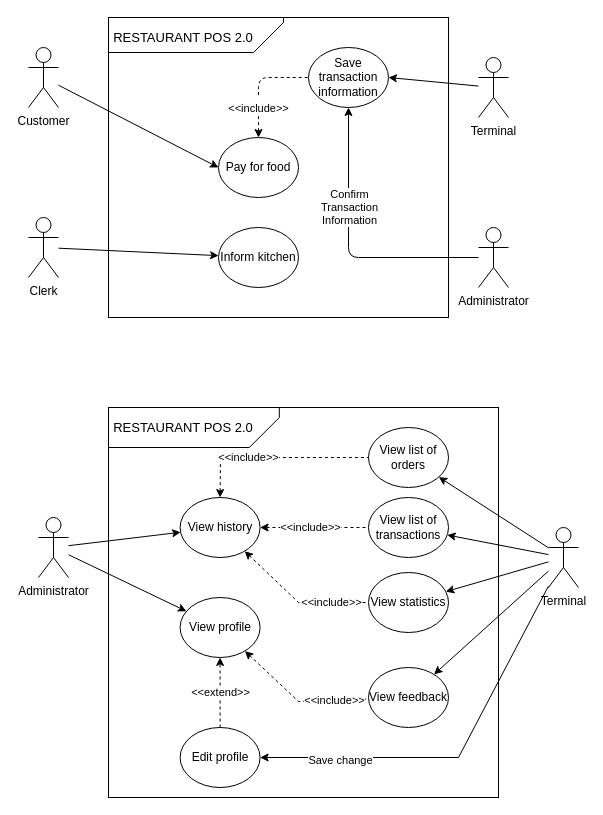
xdtn7/os_systemcall keeps this draw.io diagram as Untitled Diagram.drawio. Above is the earlier version. Source tidied: cells renumbered, new cells numbered last; positions are measured from the earlier drawing's top-left corner, leaving out a move shared by most shapes. Both pictures are drawn from the tidied source at 100%, with x=0, y=0 at pixel (28, -53).
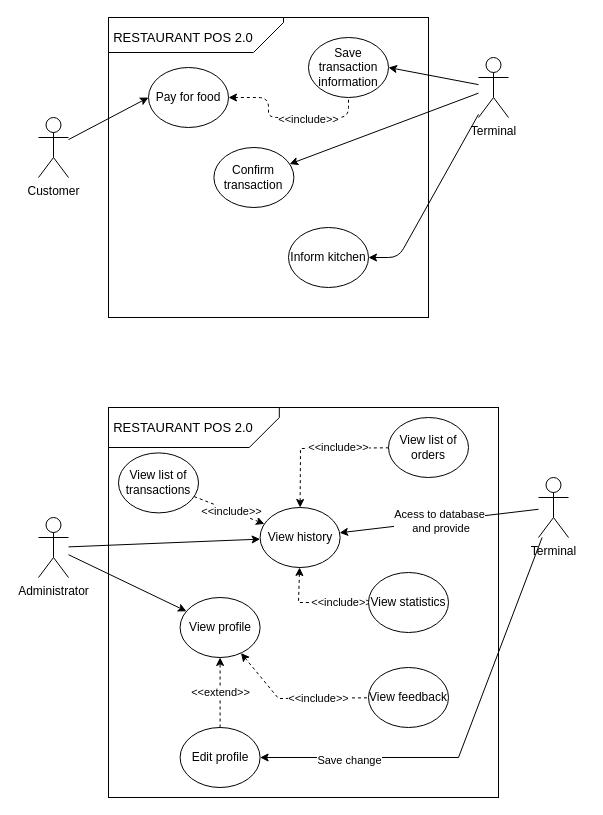
Above is the later version.

The change refers to these unchanged cells:
```xml
<mxCell id="28" value="View profile" style="ellipse;whiteSpace=wrap;html=1;" parent="1" vertex="1">
  <mxGeometry x="151.6" y="650" width="80" height="60" as="geometry" />
</mxCell>
<mxCell id="29" value="View feedback" style="ellipse;whiteSpace=wrap;html=1;" parent="1" vertex="1">
  <mxGeometry x="340" y="720" width="80" height="60" as="geometry" />
</mxCell>
<mxCell id="35" value="Terminal" style="shape=umlActor;verticalLabelPosition=bottom;verticalAlign=top;html=1;outlineConnect=0;" parent="1" vertex="1">
  <mxGeometry x="450" y="110" width="30" height="60" as="geometry" />
</mxCell>
<mxCell id="36" value="View statistics" style="ellipse;whiteSpace=wrap;html=1;" parent="1" vertex="1">
  <mxGeometry x="340" y="625" width="80" height="60" as="geometry" />
</mxCell>
```

What changed in the source:
```diff
@@
     <mxCell id="2" style="rounded=0;whiteSpace=wrap;html=1;" parent="1" vertex="1">
-      <mxGeometry x="80" y="70" width="340" height="300" as="geometry" />
+      <mxGeometry x="80" y="70" width="320" height="300" as="geometry" />
     </mxCell>
@@
     <mxCell id="4" value="Customer" style="shape=umlActor;verticalLabelPosition=bottom;verticalAlign=top;html=1;outlineConnect=0;" parent="1" vertex="1">
-      <mxGeometry y="100" width="30" height="60" as="geometry" />
+      <mxGeometry x="10" y="170" width="30" height="60" as="geometry" />
     </mxCell>
-    <mxCell id="5" value="&lt;font style=&quot;font-size: 11px&quot;&gt;&amp;lt;&amp;lt;include&amp;gt;&amp;gt;&lt;/font&gt;" style="edgeStyle=orthogonalEdgeStyle;rounded=1;jettySize=auto;html=1;exitX=0.5;exitY=0;exitDx=0;exitDy=0;entryX=0;entryY=0.5;entryDx=0;entryDy=0;fontSize=16;dashed=1;startArrow=classic;startFill=1;endArrow=none;endFill=0;" parent="1" edge="1" source="6" target="11">
-      <mxGeometry x="-0.43" relative="1" as="geometry" />
+    <mxCell id="5" value="&lt;font style=&quot;font-size: 11px&quot;&gt;&amp;lt;&amp;lt;include&amp;gt;&amp;gt;&lt;/font&gt;" style="edgeStyle=orthogonalEdgeStyle;rounded=1;jettySize=auto;html=1;entryX=0.5;entryY=1;entryDx=0;entryDy=0;fontSize=16;dashed=1;startArrow=classic;startFill=1;endArrow=none;endFill=0;" parent="1" edge="1" source="6" target="11">
+      <mxGeometry x="0.25" relative="1" as="geometry" />
     </mxCell>
     <mxCell id="6" value="Pay for food" style="ellipse;whiteSpace=wrap;html=1;" parent="1" vertex="1">
-      <mxGeometry x="190" y="190" width="80" height="60" as="geometry" />
+      <mxGeometry x="120" y="120" width="80" height="60" as="geometry" />
     </mxCell>
-    <mxCell id="7" style="rounded=1;jettySize=auto;html=1;entryX=0.5;entryY=1;entryDx=0;entryDy=0;edgeStyle=elbowEdgeStyle;" parent="1" edge="1" source="10" target="11">
-      <mxGeometry relative="1" as="geometry">
-        <Array as="points">
-          <mxPoint x="320" y="240" />
-        </Array>
-      </mxGeometry>
-    </mxCell>
-    <mxCell id="8" value="Confirm&lt;br&gt;Transaction&lt;br&gt;Information" style="edgeLabel;html=1;align=center;verticalAlign=middle;" parent="7" vertex="1">
-      <mxGeometry x="0.3" y="-1" relative="1" as="geometry">
-        <mxPoint x="-1" y="1" as="offset" />
-      </mxGeometry>
-    </mxCell>
-    <mxCell id="9" style="edgeStyle=none;rounded=1;jettySize=auto;html=1;fontSize=16;" parent="1" edge="1" source="19" target="13">
-      <mxGeometry relative="1" as="geometry" />
+    <mxCell id="9" style="edgeStyle=none;rounded=1;jettySize=auto;html=1;fontSize=16;" parent="1" edge="1" source="35" target="13">
+      <mxGeometry relative="1" as="geometry">
+        <Array as="points">
+          <mxPoint x="370" y="310" />
+        </Array>
+      </mxGeometry>
     </mxCell>
-    <mxCell id="10" value="Administrator" style="shape=umlActor;verticalLabelPosition=bottom;verticalAlign=top;html=1;outlineConnect=0;" parent="1" vertex="1">
-      <mxGeometry x="450" y="280" width="30" height="60" as="geometry" />
-    </mxCell>
     <mxCell id="11" value="Save transaction information" style="ellipse;whiteSpace=wrap;html=1;" parent="1" vertex="1">
-      <mxGeometry x="280" y="100" width="80" height="60" as="geometry" />
+      <mxGeometry x="280" y="90" width="80" height="60" as="geometry" />
     </mxCell>
@@
     <mxCell id="13" value="Inform kitchen" style="ellipse;whiteSpace=wrap;html=1;" parent="1" vertex="1">
-      <mxGeometry x="190" y="280" width="80" height="60" as="geometry" />
+      <mxGeometry x="260" y="280" width="80" height="60" as="geometry" />
     </mxCell>
@@
-    <mxCell id="19" value="Clerk" style="shape=umlActor;verticalLabelPosition=bottom;verticalAlign=top;html=1;outlineConnect=0;" parent="1" vertex="1">
-      <mxGeometry y="270" width="30" height="60" as="geometry" />
-    </mxCell>
@@
     <mxCell id="22" value="View list of transactions" style="ellipse;whiteSpace=wrap;html=1;" parent="1" vertex="1">
-      <mxGeometry x="340" y="550" width="80" height="60" as="geometry" />
+      <mxGeometry x="90" y="505.4" width="80" height="60" as="geometry" />
     </mxCell>
     <mxCell id="23" value="View list of orders" style="ellipse;whiteSpace=wrap;html=1;" parent="1" vertex="1">
-      <mxGeometry x="340" y="480" width="80" height="60" as="geometry" />
+      <mxGeometry x="360" y="470" width="80" height="60" as="geometry" />
     </mxCell>
@@
     <mxCell id="26" value="View history" style="ellipse;whiteSpace=wrap;html=1;" parent="1" vertex="1">
-      <mxGeometry x="151.6" y="550" width="80" height="60" as="geometry" />
+      <mxGeometry x="231.6" y="560" width="80" height="60" as="geometry" />
     </mxCell>
     <mxCell id="27" value="&amp;lt;&amp;lt;include&amp;gt;&amp;gt;" style="edgeStyle=none;rounded=0;jettySize=auto;html=1;dashed=1;startArrow=classic;startFill=1;endArrow=none;endFill=0;" parent="1" edge="1" source="26" target="23">
-      <mxGeometry x="-0.28" relative="1" as="geometry">
+      <mxGeometry x="0.32" y="1" relative="1" as="geometry">
         <Array as="points">
-          <mxPoint x="192" y="510" />
+          <mxPoint x="272" y="501" />
         </Array>
       </mxGeometry>
     </mxCell>
@@
     <mxCell id="30" value="&amp;lt;&amp;lt;include&amp;gt;&amp;gt;" style="edgeStyle=none;rounded=0;jettySize=auto;html=1;dashed=1;startArrow=classic;startFill=1;endArrow=none;endFill=0;" parent="1" edge="1" source="28" target="29">
-      <mxGeometry x="0.53" relative="1" as="geometry">
+      <mxGeometry x="0.33" relative="1" as="geometry">
         <Array as="points">
-          <mxPoint x="270" y="754" />
+          <mxPoint x="250" y="751" />
         </Array>
       </mxGeometry>
     </mxCell>
@@
+    <mxCell id="45" style="rounded=0;jettySize=auto;html=1;" parent="1" edge="1" source="35" target="46">
+      <mxGeometry relative="1" as="geometry" />
+    </mxCell>
@@
-    <mxCell id="37" style="edgeStyle=none;rounded=0;jettySize=auto;html=1;" parent="1" edge="1" source="43" target="23">
+    <mxCell id="37" value="Acess to database&lt;br&gt;&amp;nbsp;and provide" style="edgeStyle=none;rounded=0;jettySize=auto;html=1;" parent="1" edge="1" source="43" target="26">
       <mxGeometry relative="1" as="geometry" />
     </mxCell>
-    <mxCell id="38" style="edgeStyle=none;rounded=0;jettySize=auto;html=1;" parent="1" edge="1" source="43" target="22">
-      <mxGeometry relative="1" as="geometry" />
-    </mxCell>
-    <mxCell id="39" style="edgeStyle=none;rounded=0;jettySize=auto;html=1;" parent="1" edge="1" source="43" target="36">
-      <mxGeometry relative="1" as="geometry" />
-    </mxCell>
-    <mxCell id="40" style="edgeStyle=none;rounded=0;jettySize=auto;html=1;" parent="1" edge="1" source="43" target="29">
-      <mxGeometry relative="1" as="geometry" />
-    </mxCell>
@@
     <mxCell id="43" value="Terminal" style="shape=umlActor;verticalLabelPosition=bottom;verticalAlign=top;html=1;outlineConnect=0;" parent="1" vertex="1">
-      <mxGeometry x="520" y="580" width="30" height="60" as="geometry" />
+      <mxGeometry x="510" y="530" width="30" height="60" as="geometry" />
     </mxCell>
@@
+    <mxCell id="46" value="Confirm transaction" style="ellipse;whiteSpace=wrap;html=1;" parent="1" vertex="1">
+      <mxGeometry x="185.4" y="200" width="80" height="60" as="geometry" />
+    </mxCell>
```
